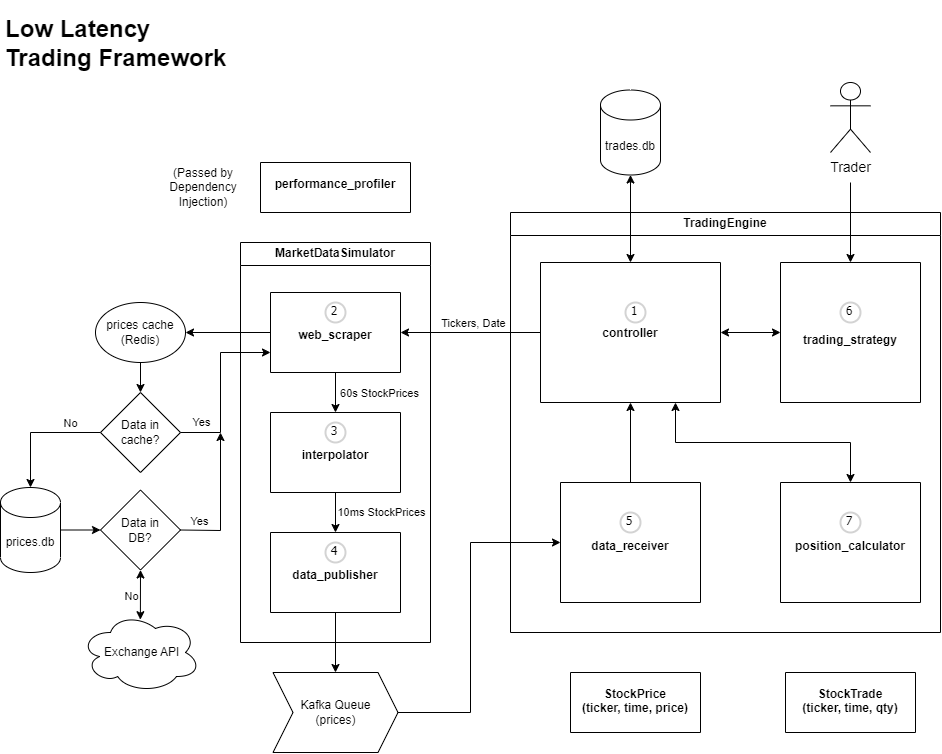
Above: imgs/LLFT-Architecture.drawio.png in Erik-Kelemen/Low-Latency-Trading-Framework (draw.io), before the change. Source tidied: cells renumbered, new cells last; positions are measured from the earlier drawing's top-left corner, leaving out a move shared by most shapes.
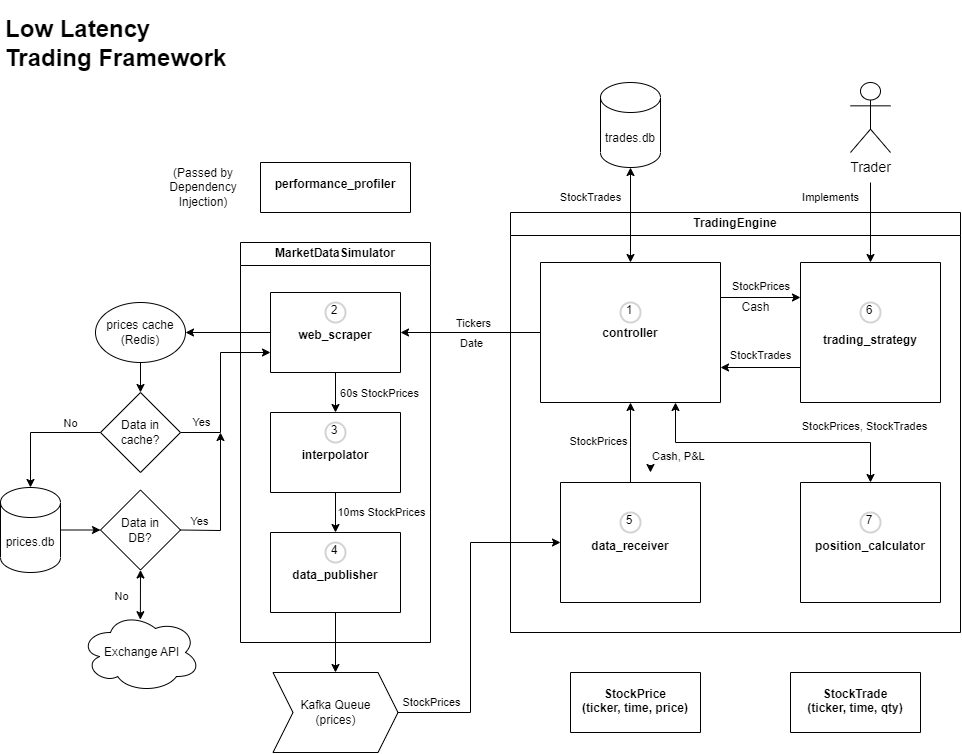
After the commit.

Diff of the diagram source:
```diff
@@ -3,39 +3,36 @@
     <mxCell id="0" />
     <mxCell id="1" parent="0" />
     <mxCell id="2" value="TradingEngine" style="swimlane;whiteSpace=wrap;html=1;labelBackgroundColor=none;" parent="1" vertex="1">
-      <mxGeometry x="510" y="202" width="430" height="420" as="geometry" />
+      <mxGeometry x="510" y="202" width="450" height="420" as="geometry" />
     </mxCell>
     <mxCell id="3" value="&#10;&#10;&#10;&#10;&#10;&#10;&#10;&#10;&#10;&#10;&#10;trading_strategy" style="swimlane;startSize=0;labelBackgroundColor=none;" parent="2" vertex="1">
-      <mxGeometry x="270" y="50" width="140" height="140" as="geometry" />
+      <mxGeometry x="290" y="50" width="140" height="140" as="geometry" />
     </mxCell>
-    <mxCell id="4" value="6" style="ellipse;whiteSpace=wrap;html=1;strokeWidth=2;fontFamily=Tahoma;spacingBottom=4;spacingRight=2;strokeColor=#d3d3d3;labelBackgroundColor=none;" parent="3" vertex="1">
+    <mxCell id="4" value="6" style="ellipse;html=1;strokeWidth=2;spacingBottom=4;spacingRight=2;strokeColor=#d3d3d3;labelBackgroundColor=none;whiteSpace=wrap;fillOpacity=0;" parent="3" vertex="1">
       <mxGeometry x="60" y="40" width="20" height="20" as="geometry" />
     </mxCell>
-    <mxCell id="5" style="endArrow=classic;startArrow=classic;html=1;rounded=0;exitX=1;exitY=0.5;exitDx=0;exitDy=0;entryX=0;entryY=0.5;entryDx=0;entryDy=0;labelBackgroundColor=none;" parent="2" edge="1" source="6" target="3">
-      <mxGeometry relative="1" as="geometry" />
-    </mxCell>
     <mxCell id="6" value="&#10;&#10;&#10;&#10;&#10;&#10;&#10;&#10;&#10;&#10;controller" style="swimlane;startSize=0;labelBackgroundColor=none;" parent="2" vertex="1">
       <mxGeometry x="30" y="50" width="180" height="140" as="geometry" />
     </mxCell>
-    <mxCell id="7" value="1" style="ellipse;whiteSpace=wrap;html=1;strokeWidth=2;fontFamily=Tahoma;spacingBottom=4;spacingRight=2;strokeColor=#d3d3d3;labelBackgroundColor=none;" parent="6" vertex="1">
-      <mxGeometry x="85" y="40" width="20" height="20" as="geometry" />
+    <mxCell id="7" value="1" style="ellipse;whiteSpace=wrap;html=1;strokeWidth=2;spacingBottom=4;spacingRight=2;strokeColor=#d3d3d3;fillOpacity=0;" parent="6" vertex="1">
+      <mxGeometry x="80" y="40" width="20" height="20" as="geometry" />
     </mxCell>
     <mxCell id="8" value="&#10;&#10;&#10;&#10;&#10;&#10;&#10;&#10;&#10;data_receiver" style="swimlane;startSize=0;labelBackgroundColor=none;" parent="2" vertex="1">
       <mxGeometry x="50" y="270" width="140" height="120" as="geometry" />
     </mxCell>
-    <mxCell id="9" value="5" style="ellipse;whiteSpace=wrap;html=1;strokeWidth=2;fontFamily=Tahoma;spacingBottom=4;spacingRight=2;strokeColor=#d3d3d3;labelBackgroundColor=none;" parent="8" vertex="1">
+    <mxCell id="9" value="5" style="ellipse;whiteSpace=wrap;html=1;strokeWidth=2;spacingBottom=4;spacingRight=2;strokeColor=#d3d3d3;fillOpacity=0;" parent="8" vertex="1">
       <mxGeometry x="60" y="30" width="20" height="20" as="geometry" />
     </mxCell>
     <mxCell id="10" value="&#10;&#10;&#10;&#10;&#10;&#10;&#10;&#10;&#10;position_calculator" style="swimlane;startSize=0;labelBackgroundColor=none;" parent="2" vertex="1">
-      <mxGeometry x="270" y="270" width="140" height="120" as="geometry" />
+      <mxGeometry x="290" y="270" width="140" height="120" as="geometry" />
     </mxCell>
-    <mxCell id="11" value="7" style="ellipse;whiteSpace=wrap;html=1;strokeWidth=2;fontFamily=Tahoma;spacingBottom=4;spacingRight=2;strokeColor=#d3d3d3;labelBackgroundColor=none;" parent="10" vertex="1">
+    <mxCell id="11" value="7" style="ellipse;whiteSpace=wrap;html=1;strokeWidth=2;spacingBottom=4;spacingRight=2;strokeColor=#d3d3d3;fillOpacity=0;" parent="10" vertex="1">
       <mxGeometry x="60" y="30" width="20" height="20" as="geometry" />
     </mxCell>
     <mxCell id="12" style="endArrow=classic;startArrow=classic;html=1;rounded=0;entryX=0.75;entryY=1;entryDx=0;entryDy=0;exitX=0.5;exitY=0;exitDx=0;exitDy=0;labelBackgroundColor=none;" parent="2" edge="1" source="10" target="6">
       <mxGeometry relative="1" as="geometry">
         <Array as="points">
-          <mxPoint x="340" y="230" />
+          <mxPoint x="360" y="230" />
           <mxPoint x="165" y="230" />
         </Array>
       </mxGeometry>
@@ -43,25 +40,56 @@
     <mxCell id="13" style="endArrow=classic;html=1;rounded=0;exitX=0.5;exitY=0;exitDx=0;exitDy=0;entryX=0.5;entryY=1;entryDx=0;entryDy=0;labelBackgroundColor=none;" parent="2" edge="1" source="8" target="6">
       <mxGeometry relative="1" as="geometry" />
     </mxCell>
+    <mxCell id="55" value="StockPrices" style="edgeLabel;html=1;align=center;verticalAlign=middle;labelBackgroundColor=none;" parent="2" vertex="1">
+      <mxGeometry x="70" y="230" as="geometry">
+        <mxPoint x="17" y="-2" as="offset" />
+      </mxGeometry>
+    </mxCell>
+    <mxCell id="56" value="StockPrices, StockTrades" style="edgeLabel;html=1;align=center;verticalAlign=middle;labelBackgroundColor=none;" parent="2" vertex="1">
+      <mxGeometry x="360" y="210" as="geometry">
+        <mxPoint x="-7" y="3" as="offset" />
+      </mxGeometry>
+    </mxCell>
+    <mxCell id="57" value="&lt;span style=&quot;color: rgb(0, 0, 0); font-family: Helvetica; font-size: 11px; font-style: normal; font-variant-ligatures: normal; font-variant-caps: normal; font-weight: 400; letter-spacing: normal; orphans: 2; text-align: center; text-indent: 0px; text-transform: none; widows: 2; word-spacing: 0px; -webkit-text-stroke-width: 0px; background-color: rgb(251, 251, 251); text-decoration-thickness: initial; text-decoration-style: initial; text-decoration-color: initial; float: none; display: inline !important;&quot;&gt;Cash, P&amp;amp;L&lt;/span&gt;" style="text;whiteSpace=wrap;html=1;" parent="2" vertex="1">
+      <mxGeometry x="140" y="230" width="70" height="30" as="geometry" />
+    </mxCell>
+    <mxCell id="5" style="endArrow=classic;html=1;rounded=0;exitX=1;exitY=0.25;exitDx=0;exitDy=0;entryX=0;entryY=0.25;entryDx=0;entryDy=0;" parent="2" edge="1" source="6" target="3">
+      <mxGeometry relative="1" as="geometry" />
+    </mxCell>
+    <mxCell id="58" value="&lt;span style=&quot;color: rgb(0, 0, 0); font-family: Helvetica; font-size: 11px; font-style: normal; font-variant-ligatures: normal; font-variant-caps: normal; font-weight: 400; letter-spacing: normal; orphans: 2; text-align: center; text-indent: 0px; text-transform: none; widows: 2; word-spacing: 0px; -webkit-text-stroke-width: 0px; background-color: rgb(251, 251, 251); text-decoration-thickness: initial; text-decoration-style: initial; text-decoration-color: initial; float: none; display: inline !important;&quot;&gt;StockPrices&lt;br&gt;&lt;/span&gt;" style="text;whiteSpace=wrap;html=1;" parent="2" vertex="1">
+      <mxGeometry x="220" y="60" width="100" height="10" as="geometry" />
+    </mxCell>
+    <mxCell id="59" value="Cash" style="text;html=1;align=center;verticalAlign=middle;strokeColor=none;fillColor=none;" parent="2" vertex="1">
+      <mxGeometry x="220" y="80" width="50" height="30" as="geometry" />
+    </mxCell>
+    <mxCell id="60" style="endArrow=classic;html=1;rounded=0;exitX=0;exitY=0.75;exitDx=0;exitDy=0;entryX=1;entryY=0.75;entryDx=0;entryDy=0;" parent="2" edge="1" source="3" target="6">
+      <mxGeometry relative="1" as="geometry" />
+    </mxCell>
+    <mxCell id="61" value="&lt;font style=&quot;font-size: 11px;&quot;&gt;StockTrades&lt;/font&gt;" style="text;html=1;align=center;verticalAlign=middle;strokeColor=none;fillColor=none;" parent="2" vertex="1">
+      <mxGeometry x="210" y="128" width="80" height="30" as="geometry" />
+    </mxCell>
+    <mxCell id="62" style="edgeStyle=orthogonalEdgeStyle;rounded=0;orthogonalLoop=1;jettySize=auto;html=1;exitX=0;exitY=0.75;exitDx=0;exitDy=0;entryX=0;entryY=1;entryDx=0;entryDy=0;" parent="2" edge="1" source="57" target="57">
+      <mxGeometry relative="1" as="geometry" />
+    </mxCell>
     <mxCell id="14" value="MarketDataSimulator" style="swimlane;whiteSpace=wrap;html=1;labelBackgroundColor=none;" parent="1" vertex="1">
       <mxGeometry x="240" y="232" width="190" height="400" as="geometry" />
     </mxCell>
     <mxCell id="15" value="&#10;&#10;&#10;&#10;&#10;&#10;interpolator" style="swimlane;startSize=0;labelBackgroundColor=none;" parent="14" vertex="1">
       <mxGeometry x="30" y="170" width="130" height="80" as="geometry" />
     </mxCell>
-    <mxCell id="16" value="3" style="ellipse;whiteSpace=wrap;html=1;strokeWidth=2;fontFamily=Tahoma;spacingBottom=4;spacingRight=2;strokeColor=#d3d3d3;labelBackgroundColor=none;" parent="15" vertex="1">
+    <mxCell id="16" value="3" style="ellipse;whiteSpace=wrap;html=1;strokeWidth=2;spacingBottom=4;spacingRight=2;strokeColor=#d3d3d3;fillOpacity=0;" parent="15" vertex="1">
       <mxGeometry x="55" y="10" width="20" height="20" as="geometry" />
     </mxCell>
     <mxCell id="17" value="&#10;&#10;&#10;&#10;&#10;&#10;data_publisher" style="swimlane;startSize=0;labelBackgroundColor=none;" parent="14" vertex="1">
       <mxGeometry x="30" y="290" width="130" height="80" as="geometry" />
     </mxCell>
-    <mxCell id="18" value="4" style="ellipse;whiteSpace=wrap;html=1;strokeWidth=2;fontFamily=Tahoma;spacingBottom=4;spacingRight=2;strokeColor=#d3d3d3;labelBackgroundColor=none;" parent="17" vertex="1">
+    <mxCell id="18" value="4" style="ellipse;whiteSpace=wrap;html=1;strokeWidth=2;spacingBottom=4;spacingRight=2;strokeColor=#d3d3d3;fillOpacity=0;" parent="17" vertex="1">
       <mxGeometry x="55" y="10" width="20" height="20" as="geometry" />
     </mxCell>
     <mxCell id="19" value="&#10;&#10;&#10;&#10;&#10;&#10;web_scraper" style="swimlane;startSize=0;labelBackgroundColor=none;" parent="14" vertex="1">
       <mxGeometry x="30" y="50" width="130" height="80" as="geometry" />
     </mxCell>
-    <mxCell id="20" value="2" style="ellipse;whiteSpace=wrap;html=1;strokeWidth=2;fontFamily=Tahoma;spacingBottom=4;spacingRight=2;strokeColor=#d3d3d3;labelBackgroundColor=none;" parent="19" vertex="1">
+    <mxCell id="20" value="2" style="ellipse;whiteSpace=wrap;html=1;strokeWidth=2;spacingBottom=4;spacingRight=2;strokeColor=#d3d3d3;fillOpacity=0;" parent="19" vertex="1">
       <mxGeometry x="55" y="10" width="20" height="20" as="geometry" />
     </mxCell>
     <mxCell id="21" style="endArrow=classic;html=1;rounded=0;exitX=0.5;exitY=1;exitDx=0;exitDy=0;entryX=0.5;entryY=0;entryDx=0;entryDy=0;labelBackgroundColor=none;" parent="14" edge="1" source="19" target="15">
@@ -82,13 +110,13 @@
     </mxCell>
     <mxCell id="25" style="endArrow=classic;html=1;rounded=0;entryX=0.5;entryY=0;entryDx=0;entryDy=0;labelBackgroundColor=none;" parent="1" edge="1" target="3">
       <mxGeometry relative="1" as="geometry">
-        <mxPoint x="850" y="172" as="sourcePoint" />
+        <mxPoint x="870" y="172" as="sourcePoint" />
       </mxGeometry>
     </mxCell>
     <mxCell id="26" value="&lt;font style=&quot;font-size: 14px;&quot;&gt;Trader&lt;/font&gt;" style="shape=umlActor;verticalLabelPosition=bottom;verticalAlign=top;html=1;labelBackgroundColor=none;" parent="1" vertex="1">
-      <mxGeometry x="830" y="72" width="40" height="70" as="geometry" />
+      <mxGeometry x="850" y="72" width="40" height="70" as="geometry" />
     </mxCell>
-    <mxCell id="27" value="&amp;nbsp;Exchange API" style="ellipse;shape=cloud;whiteSpace=wrap;html=1;labelBackgroundColor=none;" parent="1" vertex="1">
+    <mxCell id="27" value="&amp;nbsp;Exchange API" style="ellipse;shape=cloud;whiteSpace=wrap;html=1;labelBackgroundColor=none;fillOpacity=0;" parent="1" vertex="1">
       <mxGeometry x="80" y="602" width="120" height="80" as="geometry" />
     </mxCell>
     <mxCell id="28" style="endArrow=classic;startArrow=classic;html=1;rounded=0;entryX=0.5;entryY=1;entryDx=0;entryDy=0;exitX=0.499;exitY=0.09;exitDx=0;exitDy=0;exitPerimeter=0;labelBackgroundColor=none;" parent="1" edge="1" source="27" target="46">
@@ -96,10 +124,10 @@
     </mxCell>
     <mxCell id="29" value="No" style="edgeLabel;html=1;align=center;verticalAlign=middle;labelBackgroundColor=none;" parent="28" vertex="1">
       <mxGeometry x="-0.01" relative="1" as="geometry">
-        <mxPoint x="-10" as="offset" />
+        <mxPoint x="-20" as="offset" />
       </mxGeometry>
     </mxCell>
-    <mxCell id="30" value="Kafka Queue&#10;(prices)" style="shape=step;perimeter=stepPerimeter;whiteSpace=wrap;html=1;fixedSize=1;labelBackgroundColor=none;" parent="1" vertex="1">
+    <mxCell id="30" value="Kafka Queue&#10;(prices)" style="shape=step;perimeter=stepPerimeter;whiteSpace=wrap;html=1;fixedSize=1;labelBackgroundColor=none;fillOpacity=0;" parent="1" vertex="1">
       <mxGeometry x="272.5" y="662" width="125" height="80" as="geometry" />
     </mxCell>
     <mxCell id="31" style="endArrow=classic;html=1;rounded=0;exitX=0.5;exitY=1;exitDx=0;exitDy=0;entryX=0.5;entryY=0;entryDx=0;entryDy=0;labelBackgroundColor=none;" parent="1" edge="1" source="17" target="30">
@@ -113,16 +141,21 @@
         </Array>
       </mxGeometry>
     </mxCell>
+    <mxCell id="63" value="StockPrices" style="edgeLabel;html=1;align=center;verticalAlign=middle;" parent="32" vertex="1">
+      <mxGeometry x="-0.05" relative="1" as="geometry">
+        <mxPoint x="-40" y="75" as="offset" />
+      </mxGeometry>
+    </mxCell>
     <mxCell id="33" style="endArrow=classic;startArrow=classic;html=1;rounded=0;exitX=0.5;exitY=0;exitDx=0;exitDy=0;entryX=0.5;entryY=1;entryDx=0;entryDy=0;entryPerimeter=0;labelBackgroundColor=none;" parent="1" edge="1" source="6" target="39">
       <mxGeometry relative="1" as="geometry" />
     </mxCell>
     <mxCell id="34" style="endArrow=classic;html=1;rounded=0;entryX=1;entryY=0.5;entryDx=0;entryDy=0;exitX=0;exitY=0.5;exitDx=0;exitDy=0;labelBackgroundColor=none;" parent="1" edge="1" source="19" target="35">
       <mxGeometry relative="1" as="geometry" />
     </mxCell>
-    <mxCell id="35" value="prices cache&#10;(Redis)" style="ellipse;whiteSpace=wrap;html=1;labelBackgroundColor=none;" parent="1" vertex="1">
+    <mxCell id="35" value="prices cache&#10;(Redis)" style="ellipse;whiteSpace=wrap;html=1;labelBackgroundColor=none;strokeColor=default;shadow=0;fillOpacity=0;" parent="1" vertex="1">
       <mxGeometry x="95" y="292" width="90" height="60" as="geometry" />
     </mxCell>
-    <mxCell id="36" value="Data in cache?" style="rhombus;whiteSpace=wrap;html=1;labelBackgroundColor=none;" parent="1" vertex="1">
+    <mxCell id="36" value="Data in cache?" style="rhombus;whiteSpace=wrap;html=1;labelBackgroundColor=none;fillOpacity=0;" parent="1" vertex="1">
       <mxGeometry x="100" y="382" width="80" height="80" as="geometry" />
     </mxCell>
     <mxCell id="37" style="endArrow=classic;html=1;rounded=0;exitX=1;exitY=0.5;exitDx=0;exitDy=0;entryX=0;entryY=0.75;entryDx=0;entryDy=0;labelBackgroundColor=none;" parent="1" edge="1" source="36" target="19">
@@ -138,8 +171,8 @@
         <mxPoint x="-19" y="-5" as="offset" />
       </mxGeometry>
     </mxCell>
-    <mxCell id="39" value="trades.db" style="shape=cylinder3;boundedLbl=1;backgroundOutline=1;size=15;labelBackgroundColor=none;" parent="1" vertex="1">
-      <mxGeometry x="600" y="79.5" width="60" height="85" as="geometry" />
+    <mxCell id="39" value="trades.db" style="shape=cylinder3;boundedLbl=1;backgroundOutline=1;size=15;labelBackgroundColor=none;fillOpacity=0;" parent="1" vertex="1">
+      <mxGeometry x="600" y="72" width="60" height="85" as="geometry" />
     </mxCell>
     <mxCell id="40" style="endArrow=classic;html=1;rounded=0;exitX=0;exitY=0.5;exitDx=0;exitDy=0;entryX=0.5;entryY=0;entryDx=0;entryDy=0;entryPerimeter=0;labelBackgroundColor=none;" parent="1" edge="1" source="36" target="45">
       <mxGeometry relative="1" as="geometry">
@@ -156,7 +189,7 @@
     <mxCell id="42" style="endArrow=classic;html=1;rounded=0;exitX=0;exitY=0.5;exitDx=0;exitDy=0;entryX=1;entryY=0.5;entryDx=0;entryDy=0;labelBackgroundColor=none;" parent="1" edge="1" source="6" target="19">
       <mxGeometry relative="1" as="geometry" />
     </mxCell>
-    <mxCell id="43" value="Tickers, Date" style="edgeLabel;html=1;align=center;verticalAlign=middle;labelBackgroundColor=none;" parent="42" vertex="1">
+    <mxCell id="43" value="Tickers" style="edgeLabel;html=1;align=center;verticalAlign=middle;labelBackgroundColor=none;" parent="42" vertex="1">
       <mxGeometry x="0.25" y="-1" relative="1" as="geometry">
         <mxPoint x="19" y="-9" as="offset" />
       </mxGeometry>
@@ -164,10 +197,10 @@
     <mxCell id="44" style="endArrow=classic;html=1;rounded=0;entryX=0;entryY=0.5;entryDx=0;entryDy=0;exitX=1;exitY=0.5;exitDx=0;exitDy=0;exitPerimeter=0;labelBackgroundColor=none;" parent="1" edge="1" source="45" target="46">
       <mxGeometry relative="1" as="geometry" />
     </mxCell>
-    <mxCell id="45" value="prices.db" style="shape=cylinder3;whiteSpace=wrap;html=1;boundedLbl=1;backgroundOutline=1;size=15;labelBackgroundColor=none;" parent="1" vertex="1">
+    <mxCell id="45" value="prices.db" style="shape=cylinder3;whiteSpace=wrap;html=1;boundedLbl=1;backgroundOutline=1;size=15;labelBackgroundColor=none;fillOpacity=0;" parent="1" vertex="1">
       <mxGeometry y="477" width="60" height="85" as="geometry" />
     </mxCell>
-    <mxCell id="46" value="Data in &#10;DB?" style="rhombus;whiteSpace=wrap;html=1;labelBackgroundColor=none;" parent="1" vertex="1">
+    <mxCell id="46" value="Data in &#10;DB?" style="rhombus;whiteSpace=wrap;html=1;labelBackgroundColor=none;fillOpacity=0;" parent="1" vertex="1">
       <mxGeometry x="100" y="479.5" width="80" height="80" as="geometry" />
     </mxCell>
     <mxCell id="47" style="endArrow=classic;html=1;rounded=0;exitX=1;exitY=0.5;exitDx=0;exitDy=0;labelBackgroundColor=none;" parent="1" edge="1" source="46">
@@ -199,7 +232,16 @@
       <mxGeometry x="570" y="662" width="130" height="60" as="geometry" />
     </mxCell>
     <mxCell id="54" value="&#10;&#10;&#10;&#10;StockTrade&#10;(ticker, time, qty)" style="swimlane;startSize=0;labelBackgroundColor=none;" parent="1" vertex="1">
-      <mxGeometry x="785" y="662" width="130" height="60" as="geometry" />
+      <mxGeometry x="790" y="662" width="130" height="60" as="geometry" />
     </mxCell>
+    <mxCell id="64" value="Date" style="edgeLabel;html=1;align=center;verticalAlign=middle;labelBackgroundColor=none;" parent="1" vertex="1">
+      <mxGeometry x="470" y="332" as="geometry" />
+    </mxCell>
+    <mxCell id="65" value="&lt;font style=&quot;font-size: 11px;&quot;&gt;StockTrades&lt;/font&gt;" style="text;html=1;align=center;verticalAlign=middle;strokeColor=none;fillColor=none;" parent="1" vertex="1">
+      <mxGeometry x="550" y="172" width="80" height="30" as="geometry" />
+    </mxCell>
+    <mxCell id="66" value="&lt;font style=&quot;font-size: 11px;&quot;&gt;Implements&lt;/font&gt;" style="text;html=1;align=center;verticalAlign=middle;strokeColor=none;fillColor=none;" parent="1" vertex="1">
+      <mxGeometry x="790" y="172" width="80" height="30" as="geometry" />
+    </mxCell>
   </root>
 </mxGraphModel>
```
